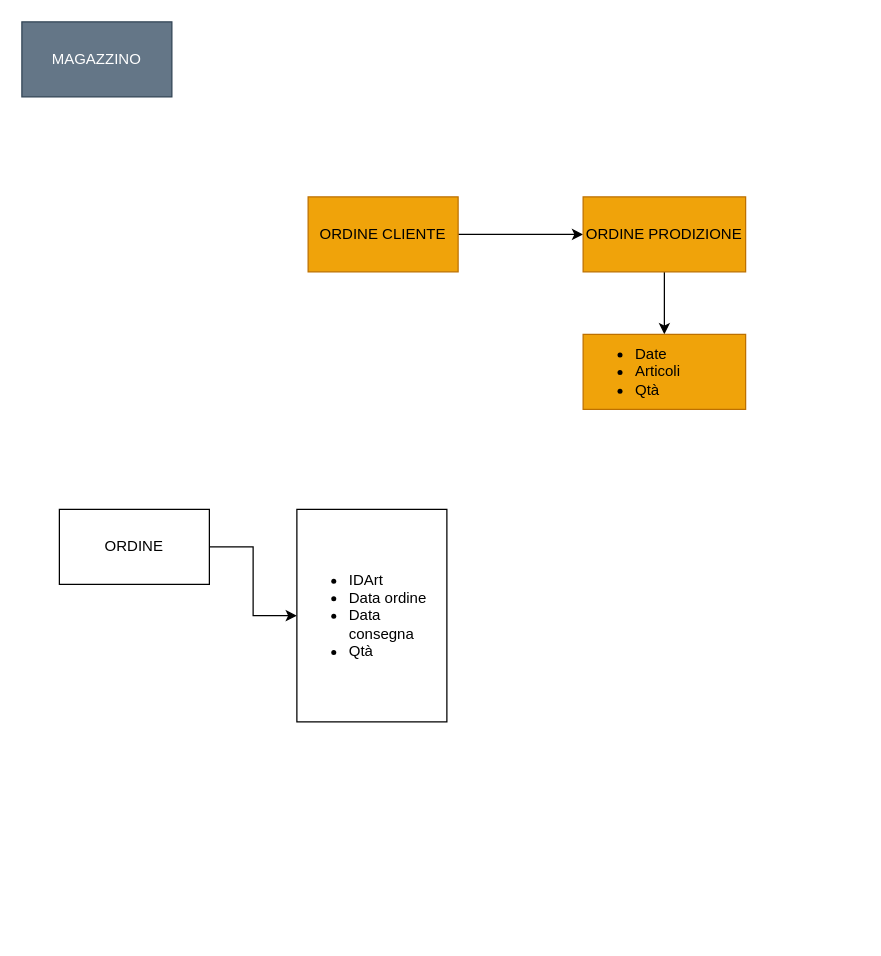
VicDc/VIC_ keeps this draw.io diagram as Diagramma senza titolo.drawio. Above is the earlier version. Source tidied: cells renumbered, new cells numbered last; positions are measured from the earlier drawing's top-left corner, leaving out a move shared by most shapes. Both pictures are drawn from the tidied source at 125%, with x=0, y=0 at pixel (21, 21).
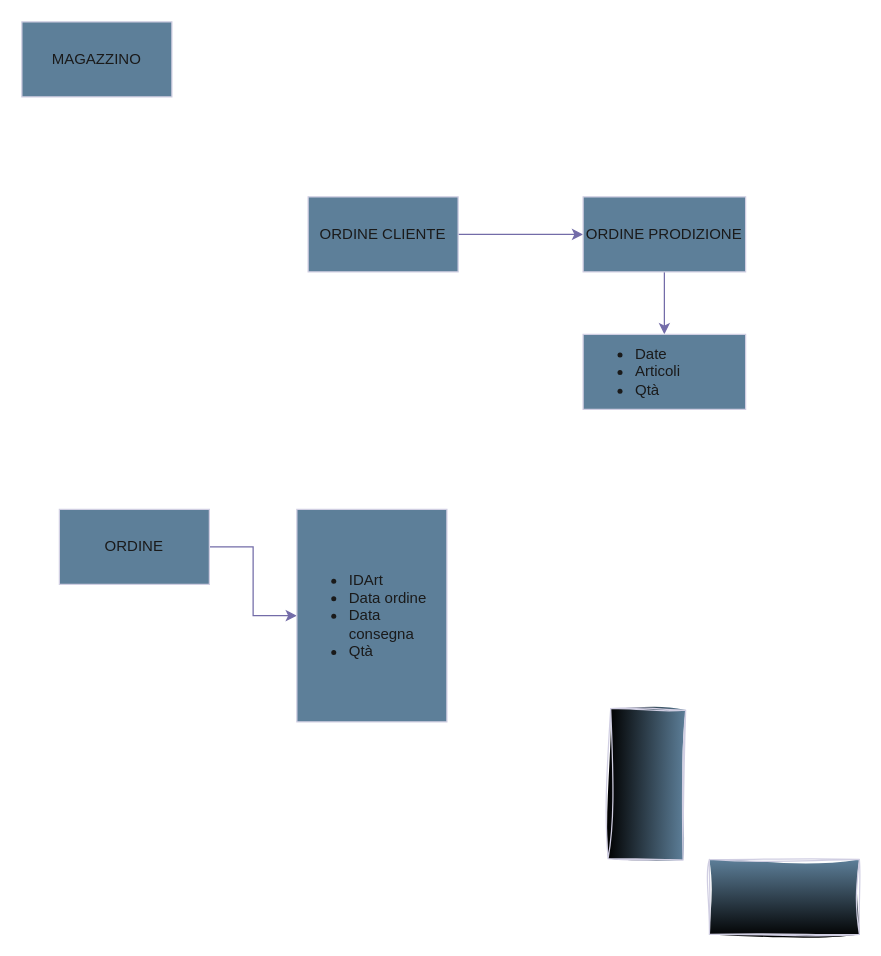
The same page after the edit.

What changed in the source:
```diff
@@
 <mxGraphModel>
   <root>
     <mxCell id="0" />
     <mxCell id="1" parent="0" />
-    <mxCell id="2" style="edgeStyle=orthogonalEdgeStyle;rounded=0;jettySize=auto;html=1;" parent="1" edge="1" source="3" target="5">
+    <mxCell id="2" style="edgeStyle=orthogonalEdgeStyle;rounded=0;jettySize=auto;html=1;labelBackgroundColor=none;strokeColor=#736CA8;fontColor=default;" parent="1" edge="1" source="3" target="5">
       <mxGeometry relative="1" as="geometry" />
     </mxCell>
-    <mxCell id="3" value="ORDINE CLIENTE" style="rounded=0;whiteSpace=wrap;html=1;fillColor=#f0a30a;fontColor=#000000;strokeColor=#BD7000;" parent="1" vertex="1">
+    <mxCell id="3" value="ORDINE CLIENTE" style="rounded=0;whiteSpace=wrap;html=1;fillColor=#5D7F99;fontColor=#1A1A1A;strokeColor=#D0CEE2;labelBackgroundColor=none;" parent="1" vertex="1">
       <mxGeometry x="229" y="140" width="120" height="60" as="geometry" />
     </mxCell>
-    <mxCell id="4" style="edgeStyle=orthogonalEdgeStyle;rounded=0;jettySize=auto;html=1;" parent="1" edge="1" source="5" target="7">
+    <mxCell id="4" style="edgeStyle=orthogonalEdgeStyle;rounded=0;jettySize=auto;html=1;labelBackgroundColor=none;strokeColor=#736CA8;fontColor=default;" parent="1" edge="1" source="5" target="7">
       <mxGeometry relative="1" as="geometry" />
     </mxCell>
-    <mxCell id="5" value="ORDINE PRODIZIONE" style="rounded=0;whiteSpace=wrap;html=1;fillColor=#f0a30a;fontColor=#000000;strokeColor=#BD7000;" parent="1" vertex="1">
+    <mxCell id="5" value="ORDINE PRODIZIONE" style="rounded=0;whiteSpace=wrap;html=1;fillColor=#5D7F99;fontColor=#1A1A1A;strokeColor=#D0CEE2;labelBackgroundColor=none;" parent="1" vertex="1">
       <mxGeometry x="449" y="140" width="130" height="60" as="geometry" />
     </mxCell>
-    <mxCell id="6" value="MAGAZZINO" style="whiteSpace=wrap;html=1;fillColor=#647687;fontColor=#ffffff;strokeColor=#314354;" parent="1" vertex="1">
+    <mxCell id="6" value="MAGAZZINO" style="whiteSpace=wrap;html=1;fillColor=#5D7F99;fontColor=#1A1A1A;strokeColor=#D0CEE2;labelBackgroundColor=none;" parent="1" vertex="1">
       <mxGeometry width="120" height="60" as="geometry" />
     </mxCell>
-    <mxCell id="7" value="&lt;ul&gt;&lt;li&gt;Date&lt;/li&gt;&lt;li&gt;Articoli&lt;/li&gt;&lt;li&gt;Qtà&lt;/li&gt;&lt;/ul&gt;" style="rounded=0;whiteSpace=wrap;html=1;fillColor=#f0a30a;fontColor=#000000;strokeColor=#BD7000;align=left;" parent="1" vertex="1">
+    <mxCell id="7" value="&lt;ul&gt;&lt;li&gt;Date&lt;/li&gt;&lt;li&gt;Articoli&lt;/li&gt;&lt;li&gt;Qtà&lt;/li&gt;&lt;/ul&gt;" style="rounded=0;whiteSpace=wrap;html=1;fillColor=#5D7F99;fontColor=#1A1A1A;strokeColor=#D0CEE2;align=left;labelBackgroundColor=none;" parent="1" vertex="1">
       <mxGeometry x="449" y="250" width="130" height="60" as="geometry" />
     </mxCell>
-    <mxCell id="8" style="edgeStyle=orthogonalEdgeStyle;rounded=0;jettySize=auto;html=1;" parent="1" edge="1" source="9" target="10">
+    <mxCell id="8" style="edgeStyle=orthogonalEdgeStyle;rounded=0;jettySize=auto;html=1;labelBackgroundColor=none;strokeColor=#736CA8;fontColor=default;" parent="1" edge="1" source="9" target="10">
       <mxGeometry relative="1" as="geometry" />
     </mxCell>
-    <mxCell id="9" value="ORDINE" style="whiteSpace=wrap;html=1;" parent="1" vertex="1">
+    <mxCell id="9" value="ORDINE" style="whiteSpace=wrap;html=1;labelBackgroundColor=none;fillColor=#5D7F99;strokeColor=#D0CEE2;fontColor=#1A1A1A;" parent="1" vertex="1">
       <mxGeometry x="30" y="390" width="120" height="60" as="geometry" />
     </mxCell>
-    <mxCell id="10" value="&lt;ul&gt;&lt;li&gt;IDArt&lt;/li&gt;&lt;li&gt;Data ordine&lt;/li&gt;&lt;li&gt;Data consegna&lt;/li&gt;&lt;li&gt;Qtà&lt;/li&gt;&lt;/ul&gt;" style="whiteSpace=wrap;html=1;align=left;" parent="1" vertex="1">
+    <mxCell id="10" value="&lt;ul&gt;&lt;li&gt;IDArt&lt;/li&gt;&lt;li&gt;Data ordine&lt;/li&gt;&lt;li&gt;Data consegna&lt;/li&gt;&lt;li&gt;Qtà&lt;/li&gt;&lt;/ul&gt;" style="whiteSpace=wrap;html=1;align=left;labelBackgroundColor=none;fillColor=#5D7F99;strokeColor=#D0CEE2;fontColor=#1A1A1A;" parent="1" vertex="1">
       <mxGeometry x="220" y="390" width="120" height="170" as="geometry" />
     </mxCell>
+    <mxCell id="11" style="verticalLabelPosition=bottom;verticalAlign=top;html=1;shape=mxgraph.basic.rect;fillColor2=none;strokeWidth=1;size=20;indent=5;sketch=1;hachureGap=4;jiggle=2;curveFitting=1;strokeColor=#D0CEE2;fontFamily=Architects Daughter;fontSize=20;fontColor=#1A1A1A;fillColor=#5D7F99;fillStyle=auto;gradientColor=default;" parent="1" vertex="1">
+      <mxGeometry x="550" y="670" width="120" height="60" as="geometry" />
+    </mxCell>
+    <mxCell id="12" style="verticalLabelPosition=bottom;verticalAlign=top;html=1;shape=mxgraph.basic.rect;fillColor2=none;strokeWidth=1;size=20;indent=5;sketch=1;hachureGap=4;jiggle=2;curveFitting=1;strokeColor=#D0CEE2;fontFamily=Architects Daughter;fontSize=20;fontColor=#1A1A1A;fillColor=#5D7F99;fillStyle=auto;gradientColor=default;rotation=91;" parent="1" vertex="1">
+      <mxGeometry x="440" y="580" width="120" height="60" as="geometry" />
+    </mxCell>
   </root>
 </mxGraphModel>
```
